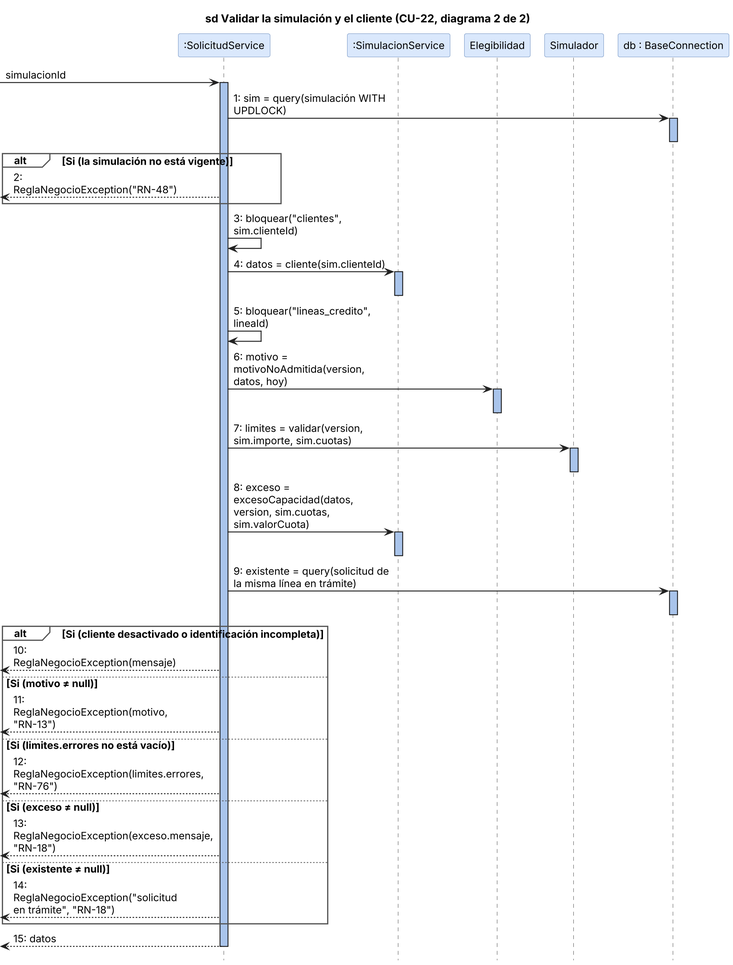
The PlantUML diagram docs/diseno/secuencias/png/cu22_2.png in ivanthoux/sigccr, before a commit. Its diagram source:
```plantuml
@startuml
!include estilo.iuml
title sd Validar la simulación y el cliente (CU-22, diagrama 2 de 2)
participant ":SolicitudService" as S
participant ":SimulacionService" as SM
participant "Elegibilidad" as EL
participant "Simulador" as SI
participant "db : BaseConnection" as DB
[-> S ++ : simulacionId
S -> DB ++ : 1: sim = query(simulación WITH UPDLOCK)
deactivate DB
alt Si (la simulación no está vigente)
  [<-- S : 2: ReglaNegocioException("RN-48")
end
S -> S : 3: bloquear("clientes", sim.clienteId)
S -> SM ++ : 4: datos = cliente(sim.clienteId)
deactivate SM
S -> S : 5: bloquear("lineas_credito", lineaId)
S -> EL ++ : 6: motivo = motivoNoAdmitida(version, datos, hoy)
deactivate EL
S -> SI ++ : 7: limites = validar(version, sim.importe, sim.cuotas)
deactivate SI
S -> SM ++ : 8: exceso = excesoCapacidad(datos, version, sim.cuotas, sim.valorCuota)
deactivate SM
S -> DB ++ : 9: existente = query(solicitud de la misma línea en trámite)
deactivate DB
alt Si (cliente desactivado o identificación incompleta)
  [<-- S : 10: ReglaNegocioException(mensaje)
else Si (motivo ≠ null)
  [<-- S : 11: ReglaNegocioException(motivo, "RN-13")
else Si (limites.errores no está vacío)
  [<-- S : 12: ReglaNegocioException(limites.errores, "RN-76")
else Si (exceso ≠ null)
  [<-- S : 13: ReglaNegocioException(exceso.mensaje, "RN-18")
else Si (existente ≠ null)
  [<-- S : 14: ReglaNegocioException("solicitud en trámite", "RN-18")
end
[<-- S -- : 15: datos
@enduml
```
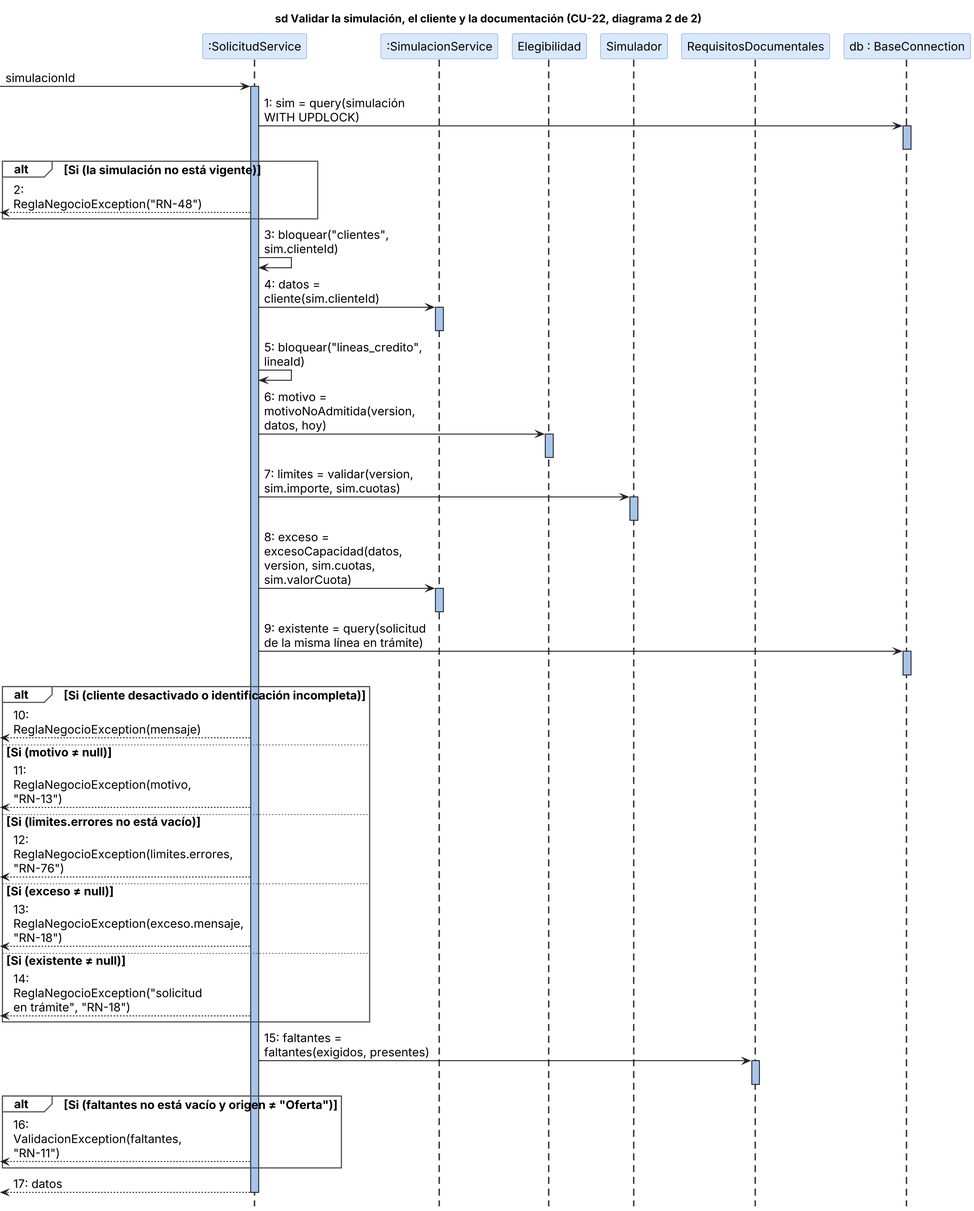
The same file after the commit.

Commit message:
docs(diseno): líneas de vida más visibles y CU-22 con hasta 6 líneas de vida por diagrama

What changed in the source:
```diff
@@ -1,10 +1,11 @@
 @startuml
 !include estilo.iuml
-title sd Validar la simulación y el cliente (CU-22, diagrama 2 de 2)
+title sd Validar la simulación, el cliente y la documentación (CU-22, diagrama 2 de 2)
 participant ":SolicitudService" as S
 participant ":SimulacionService" as SM
 participant "Elegibilidad" as EL
 participant "Simulador" as SI
+participant "RequisitosDocumentales" as RD
 participant "db : BaseConnection" as DB
 [-> S ++ : simulacionId
 S -> DB ++ : 1: sim = query(simulación WITH UPDLOCK)
@@ -35,5 +36,10 @@
 else Si (existente ≠ null)
   [<-- S : 14: ReglaNegocioException("solicitud en trámite", "RN-18")
 end
-[<-- S -- : 15: datos
+S -> RD ++ : 15: faltantes = faltantes(exigidos, presentes)
+deactivate RD
+alt Si (faltantes no está vacío y origen ≠ "Oferta")
+  [<-- S : 16: ValidacionException(faltantes, "RN-11")
+end
+[<-- S -- : 17: datos
 @enduml
```
